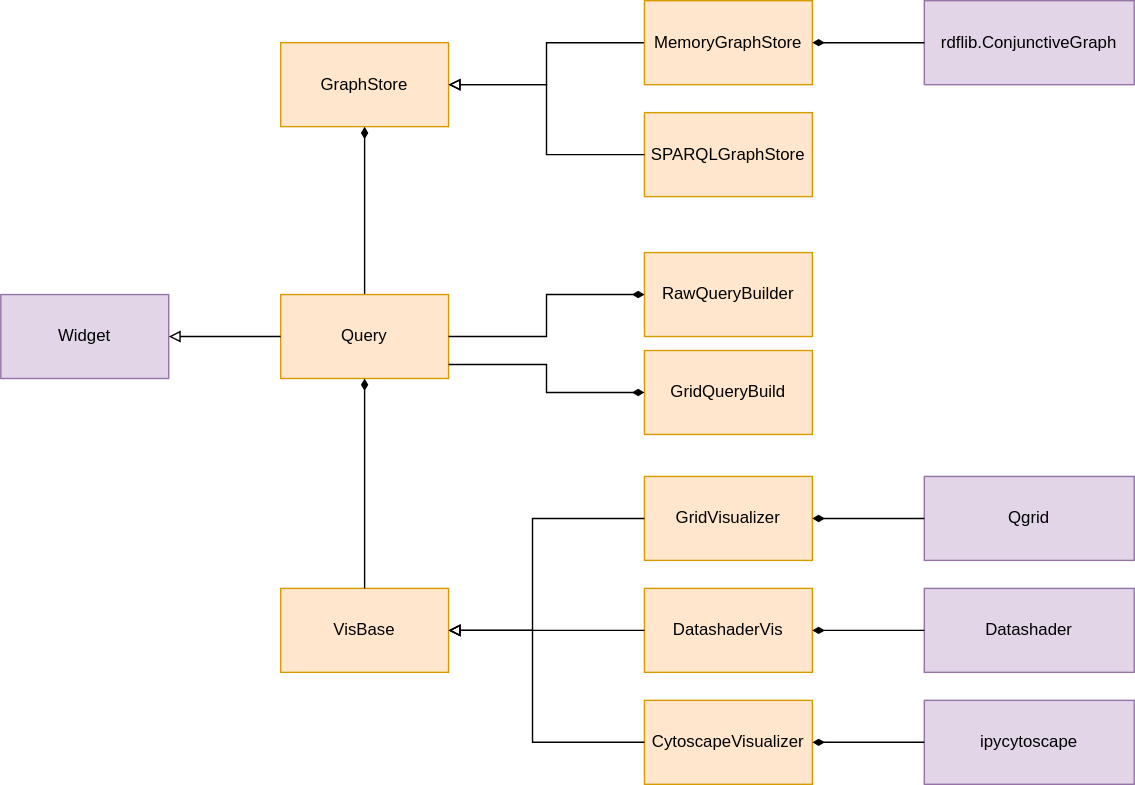
Before: design/architecture/architecture.dio.svg, a diagram exported from draw.io (jupyrdf/ipyradiant). Source tidied: cells renumbered, new cells last; positions are measured from the earlier drawing's top-left corner, leaving out a move shared by most shapes.
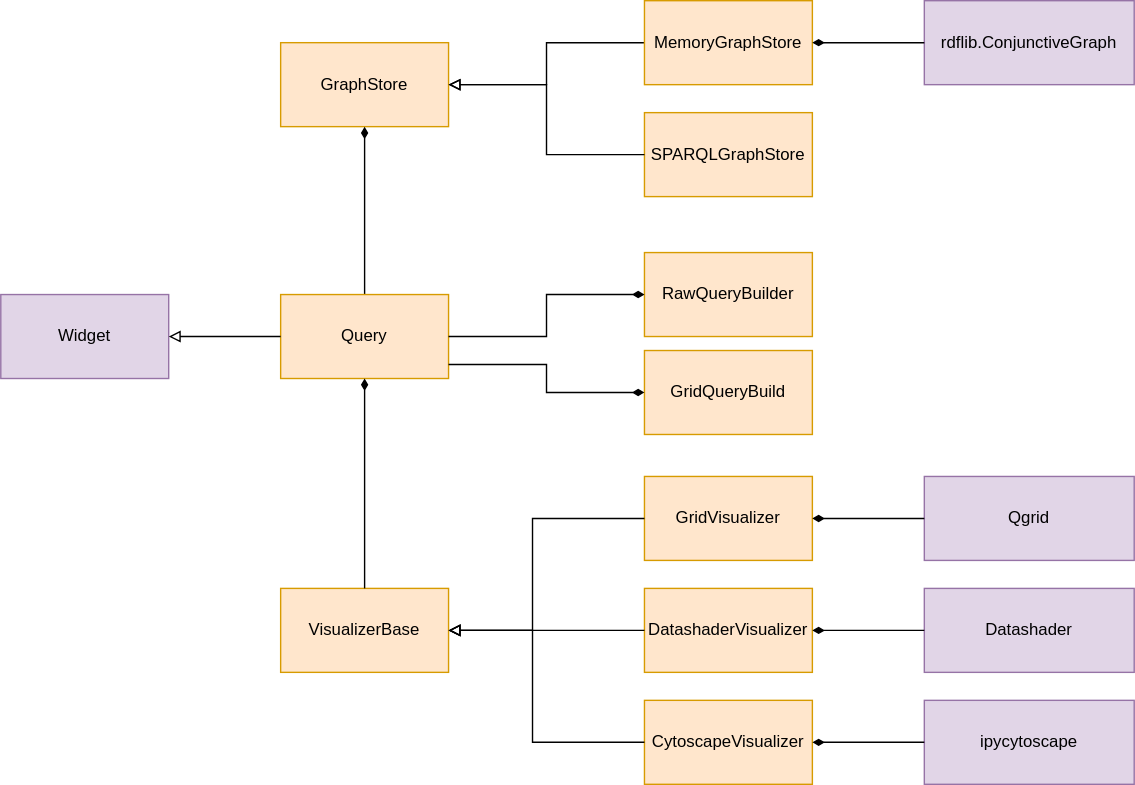
After the change.

What changed in the source:
```diff
@@ -11,7 +11,7 @@
     <mxCell id="4" value="Query" style="rounded=0;whiteSpace=wrap;html=1;fillColor=#ffe6cc;strokeColor=#d79b00;" parent="1" vertex="1">
       <mxGeometry x="200" y="210" width="120" height="60" as="geometry" />
     </mxCell>
-    <mxCell id="5" value="VisBase" style="rounded=0;whiteSpace=wrap;html=1;fillColor=#ffe6cc;strokeColor=#d79b00;" parent="1" vertex="1">
+    <mxCell id="5" value="VisualizerBase" style="rounded=0;whiteSpace=wrap;html=1;fillColor=#ffe6cc;strokeColor=#d79b00;" parent="1" vertex="1">
       <mxGeometry x="200" y="420" width="120" height="60" as="geometry" />
     </mxCell>
     <mxCell id="6" value="RawQueryBuilder" style="rounded=0;whiteSpace=wrap;html=1;fillColor=#ffe6cc;strokeColor=#d79b00;" parent="1" vertex="1">
@@ -46,7 +46,7 @@
         </Array>
       </mxGeometry>
     </mxCell>
-    <mxCell id="15" value="DatashaderVis" style="rounded=0;whiteSpace=wrap;html=1;fillColor=#ffe6cc;strokeColor=#d79b00;" parent="1" vertex="1">
+    <mxCell id="15" value="DatashaderVisualizer" style="rounded=0;whiteSpace=wrap;html=1;fillColor=#ffe6cc;strokeColor=#d79b00;" parent="1" vertex="1">
       <mxGeometry x="460" y="420" width="120" height="60" as="geometry" />
     </mxCell>
     <mxCell id="16" style="edgeStyle=orthogonalEdgeStyle;rounded=0;jettySize=auto;html=1;endArrow=block;endFill=0;" parent="1" edge="1" source="15" target="5">
```
